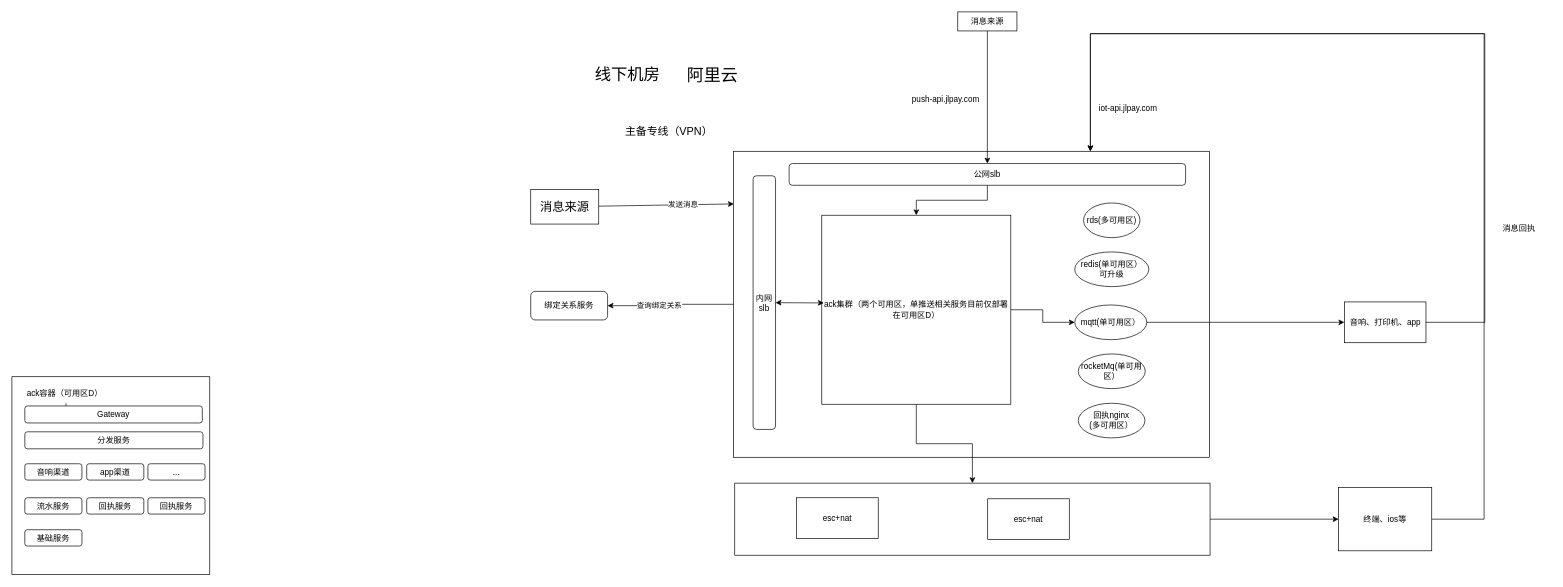
Above: 推送可用区分析.drawio in lewis-lab/hello-world (draw.io), before the change. Source tidied: cells renumbered, new cells numbered last; positions are measured from the earlier drawing's top-left corner, leaving out a move shared by most shapes. Both pictures are drawn from the tidied source at 68%, with x=0, y=0 at pixel (12, 12).
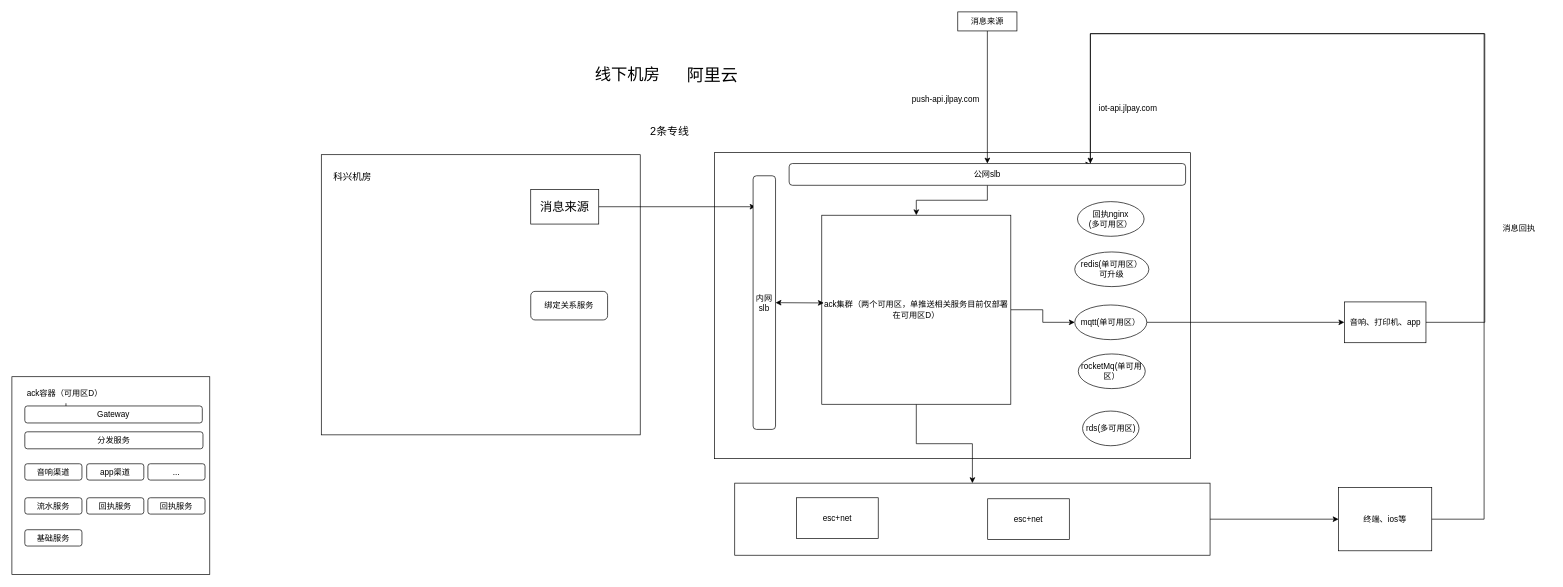
The same diagram, later.

Commit message:
更新推送可用区分析.drawio

Unchanged cells that the change refers to:
```xml
<mxCell id="24" value="绑定关系服务" style="rounded=1;whiteSpace=wrap;html=1;" parent="1" vertex="1">
  <mxGeometry x="763" y="411" width="113" height="42" as="geometry" />
</mxCell>
<mxCell id="31" value="&lt;font style=&quot;font-size: 18px;&quot;&gt;消息来源&lt;/font&gt;" style="rounded=0;whiteSpace=wrap;html=1;" parent="1" vertex="1">
  <mxGeometry x="763" y="261" width="100" height="51" as="geometry" />
</mxCell>
<mxCell id="33" value="音响、打印机、app" style="whiteSpace=wrap;html=1;" parent="1" vertex="1">
  <mxGeometry x="1959.5" y="426.5" width="120" height="60" as="geometry" />
</mxCell>
<mxCell id="37" value="公网slb" style="rounded=1;whiteSpace=wrap;html=1;" parent="1" vertex="1">
  <mxGeometry x="1143" y="223" width="583" height="32" as="geometry" />
</mxCell>
<mxCell id="39" value="内网slb" style="rounded=1;whiteSpace=wrap;html=1;" parent="1" vertex="1">
  <mxGeometry x="1090" y="241" width="33" height="373" as="geometry" />
</mxCell>
<mxCell id="49" value="终端、ios等" style="rounded=0;whiteSpace=wrap;html=1;" parent="1" vertex="1">
  <mxGeometry x="1951" y="699.5" width="137" height="93" as="geometry" />
</mxCell>
```

What changed in the source:
```diff
@@
-    <mxCell id="2" style="edgeStyle=orthogonalEdgeStyle;rounded=0;jettySize=auto;html=1;entryX=1;entryY=0.5;entryDx=0;entryDy=0;" parent="1" edge="1" source="4" target="24">
-      <mxGeometry relative="1" as="geometry" />
-    </mxCell>
-    <mxCell id="3" value="查询绑定关系" style="edgeLabel;html=1;align=center;verticalAlign=middle;" parent="2" vertex="1">
-      <mxGeometry x="0.19" y="-1" relative="1" as="geometry">
-        <mxPoint x="-1" as="offset" />
-      </mxGeometry>
-    </mxCell>
     <mxCell id="4" style="rounded=0;whiteSpace=wrap;html=1;fillStyle=auto;gradientColor=default;fillColor=none;" parent="1" vertex="1">
-      <mxGeometry x="1061" y="205" width="700" height="450" as="geometry" />
+      <mxGeometry x="1033" y="207" width="700" height="450" as="geometry" />
     </mxCell>
@@
-    <mxCell id="19" style="endArrow=classic;html=1;rounded=0;entryX=0.001;entryY=0.172;entryDx=0;entryDy=0;entryPerimeter=0;startArrow=none;" parent="1" edge="1" source="31" target="4">
-      <mxGeometry relative="1" as="geometry" />
-    </mxCell>
-    <mxCell id="20" value="发送消息" style="edgeLabel;html=1;align=center;verticalAlign=middle;" parent="19" vertex="1">
-      <mxGeometry x="0.25" y="2" relative="1" as="geometry">
-        <mxPoint y="1" as="offset" />
-      </mxGeometry>
-    </mxCell>
@@
     <mxCell id="22" value="rds(多可用区)" style="ellipse;whiteSpace=wrap;html=1;" parent="1" vertex="1">
-      <mxGeometry x="1576" y="281" width="83" height="51" as="geometry" />
+      <mxGeometry x="1574.5" y="587" width="83" height="51" as="geometry" />
     </mxCell>
@@
-    <mxCell id="27" value="&lt;font style=&quot;font-size: 16px;&quot;&gt;主备专线（VPN）&lt;/font&gt;" style="text;html=1;align=center;verticalAlign=middle;strokeColor=none;fillColor=none;" parent="1" vertex="1">
-      <mxGeometry x="892" y="160" width="147" height="31" as="geometry" />
+    <mxCell id="27" value="&lt;font style=&quot;font-size: 16px;&quot;&gt;2条专线&lt;/font&gt;" style="text;html=1;align=center;verticalAlign=middle;strokeColor=none;fillColor=none;" parent="1" vertex="1">
+      <mxGeometry x="929" y="160" width="75" height="31" as="geometry" />
     </mxCell>
@@
     <mxCell id="30" value="回执nginx&lt;br&gt;(多可用区）" style="ellipse;whiteSpace=wrap;html=1;" parent="1" vertex="1">
-      <mxGeometry x="1568.2" y="575.5" width="98" height="51" as="geometry" />
+      <mxGeometry x="1567" y="279" width="98" height="51" as="geometry" />
     </mxCell>
+    <mxCell id="52" style="edgeStyle=orthogonalEdgeStyle;rounded=0;jettySize=auto;html=1;entryX=0.109;entryY=0.122;entryDx=0;entryDy=0;entryPerimeter=0;" parent="1" edge="1" source="31" target="39">
+      <mxGeometry relative="1" as="geometry" />
+    </mxCell>
@@
-    <mxCell id="32" style="edgeStyle=orthogonalEdgeStyle;rounded=0;jettySize=auto;html=1;entryX=0.75;entryY=0;entryDx=0;entryDy=0;" parent="1" edge="1" source="33" target="4">
+    <mxCell id="32" style="edgeStyle=orthogonalEdgeStyle;rounded=0;jettySize=auto;html=1;entryX=0.762;entryY=0.044;entryDx=0;entryDy=0;entryPerimeter=0;" parent="1" edge="1" source="33" target="37">
       <mxGeometry relative="1" as="geometry">
         <Array as="points">
           <mxPoint x="2166" y="457" />
           <mxPoint x="2166" y="32" />
           <mxPoint x="1586" y="32" />
+          <mxPoint x="1586" y="224" />
         </Array>
       </mxGeometry>
     </mxCell>
@@
-    <mxCell id="46" value="esc+nat" style="rounded=0;whiteSpace=wrap;html=1;" parent="1" vertex="1">
+    <mxCell id="46" value="esc+net" style="rounded=0;whiteSpace=wrap;html=1;" parent="1" vertex="1">
       <mxGeometry x="1154" y="714.5" width="120" height="60" as="geometry" />
     </mxCell>
-    <mxCell id="47" value="esc+nat" style="rounded=0;whiteSpace=wrap;html=1;" parent="1" vertex="1">
+    <mxCell id="47" value="esc+net" style="rounded=0;whiteSpace=wrap;html=1;" parent="1" vertex="1">
       <mxGeometry x="1435" y="716" width="120" height="60" as="geometry" />
     </mxCell>
-    <mxCell id="48" style="edgeStyle=orthogonalEdgeStyle;rounded=0;jettySize=auto;html=1;entryX=0.75;entryY=0;entryDx=0;entryDy=0;" parent="1" edge="1" source="49" target="4">
+    <mxCell id="48" style="edgeStyle=orthogonalEdgeStyle;rounded=0;jettySize=auto;html=1;" parent="1" edge="1" source="49" target="37">
       <mxGeometry relative="1" as="geometry">
         <Array as="points">
           <mxPoint x="2165" y="746" />
           <mxPoint x="2165" y="32" />
           <mxPoint x="1586" y="32" />
         </Array>
       </mxGeometry>
     </mxCell>
@@
+    <mxCell id="53" style="rounded=0;whiteSpace=wrap;html=1;fillColor=none;" parent="1" vertex="1">
+      <mxGeometry x="455" y="210" width="469" height="412" as="geometry" />
+    </mxCell>
+    <mxCell id="54" value="&lt;font style=&quot;font-size: 14px;&quot;&gt;科兴机房&lt;/font&gt;" style="text;html=1;strokeColor=none;fillColor=none;align=center;verticalAlign=middle;whiteSpace=wrap;rounded=0;" parent="1" vertex="1">
+      <mxGeometry x="471" y="228" width="60" height="30" as="geometry" />
+    </mxCell>
```
